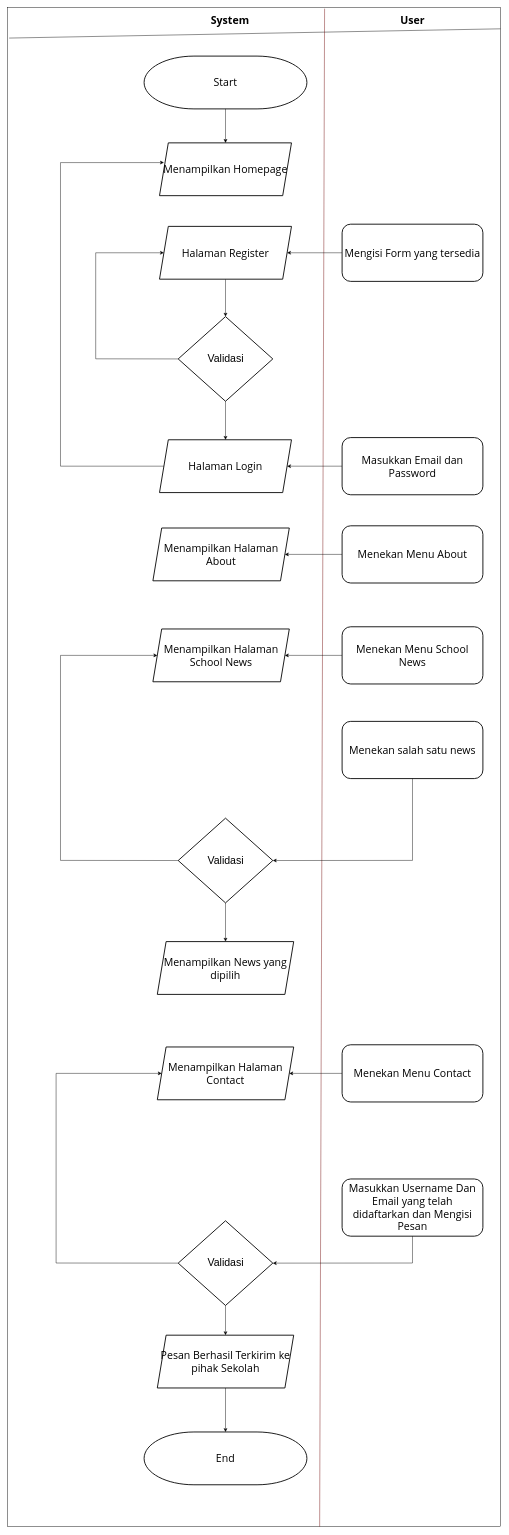
Earlier version of the draw.io diagram page "Page-1" (1 of 3) of Untitled Diagram.drawio (AldoGunawan/kp-tapung). Source tidied: cells renumbered, new cells numbered last; positions are measured from the earlier drawing's top-left corner, leaving out a move shared by most shapes. Both pictures are drawn from the tidied source at 44%, with x=0, y=0 at pixel (7, 7).
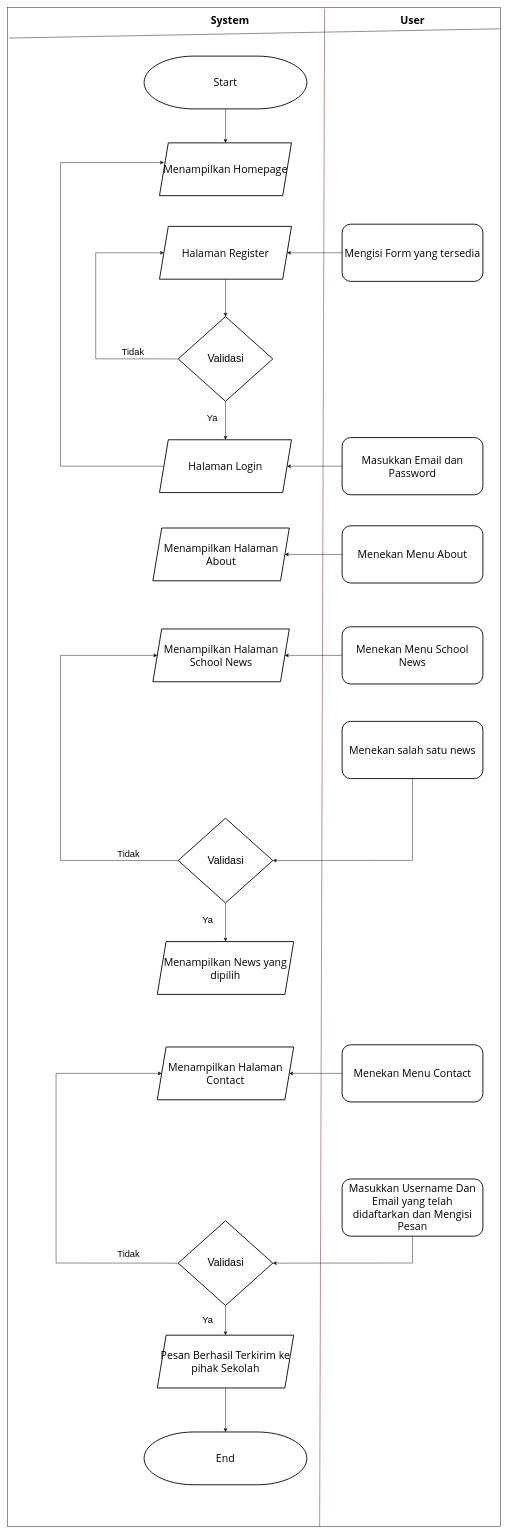
The same page after the edit.

The edit, as a diff of the source:
```diff
@@
+    <mxCell id="44" value="&lt;font style=&quot;font-size: 21px;&quot;&gt;Ya&lt;/font&gt;" style="text;html=1;align=center;verticalAlign=middle;whiteSpace=wrap;rounded=0;" parent="1" vertex="1">
+      <mxGeometry x="430" y="912" width="70" height="40" as="geometry" />
+    </mxCell>
+    <mxCell id="45" value="&lt;font style=&quot;font-size: 21px;&quot;&gt;Tidak&lt;/font&gt;" style="text;html=1;align=center;verticalAlign=middle;whiteSpace=wrap;rounded=0;" parent="1" vertex="1">
+      <mxGeometry x="250" y="762" width="70" height="40" as="geometry" />
+    </mxCell>
+    <mxCell id="46" value="&lt;font style=&quot;font-size: 21px;&quot;&gt;Ya&lt;/font&gt;" style="text;html=1;align=center;verticalAlign=middle;whiteSpace=wrap;rounded=0;" parent="1" vertex="1">
+      <mxGeometry x="420" y="2052" width="70" height="40" as="geometry" />
+    </mxCell>
+    <mxCell id="47" value="&lt;font style=&quot;font-size: 21px;&quot;&gt;Tidak&lt;/font&gt;" style="text;html=1;align=center;verticalAlign=middle;whiteSpace=wrap;rounded=0;" parent="1" vertex="1">
+      <mxGeometry x="240" y="1902" width="70" height="40" as="geometry" />
+    </mxCell>
+    <mxCell id="48" value="&lt;font style=&quot;font-size: 21px;&quot;&gt;Ya&lt;/font&gt;" style="text;html=1;align=center;verticalAlign=middle;whiteSpace=wrap;rounded=0;" parent="1" vertex="1">
+      <mxGeometry x="420" y="2962" width="70" height="40" as="geometry" />
+    </mxCell>
+    <mxCell id="49" value="&lt;font style=&quot;font-size: 21px;&quot;&gt;Tidak&lt;/font&gt;" style="text;html=1;align=center;verticalAlign=middle;whiteSpace=wrap;rounded=0;" parent="1" vertex="1">
+      <mxGeometry x="240" y="2812" width="70" height="40" as="geometry" />
+    </mxCell>
```
